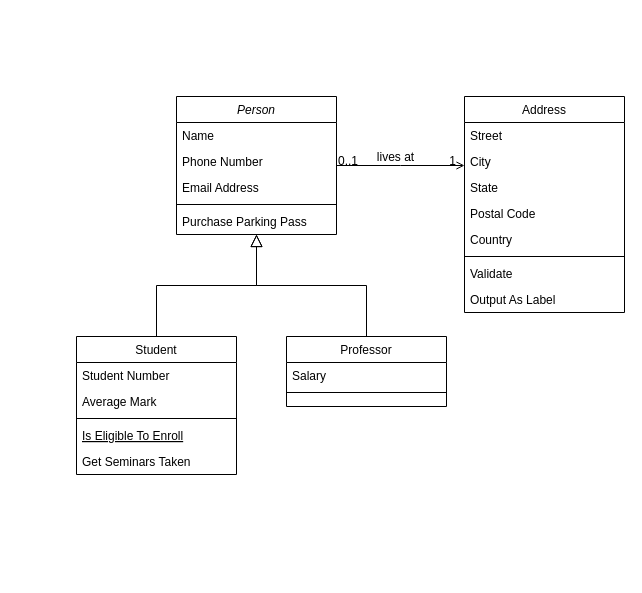
This is Untitled Diagram.drawio from yepseeke/karaoke, a draw.io file, before an edit. Source tidied: cells renumbered, new cells numbered last; positions are measured from the earlier drawing's top-left corner, leaving out a move shared by most shapes. Both pictures are drawn from the tidied source at 100%, with x=0, y=0 at pixel (76, 96).
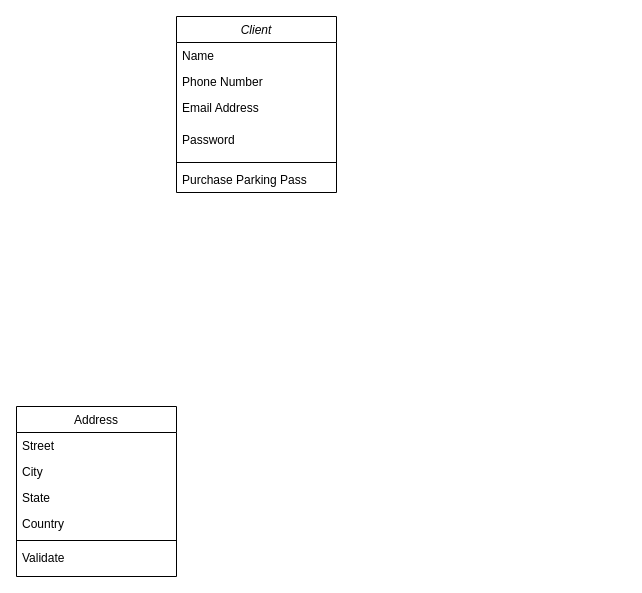
After the change.

The edit, as a diff of the source:
```diff
@@
-    <mxCell id="2" value="Person" style="swimlane;fontStyle=2;align=center;verticalAlign=top;horizontal=1;startSize=26;rounded=0;shadow=0;strokeWidth=1;" parent="1" vertex="1">
-      <mxGeometry x="100" width="160" height="138" as="geometry" />
+    <mxCell id="2" value="Client" style="swimlane;fontStyle=2;align=center;verticalAlign=top;horizontal=1;startSize=26;rounded=0;shadow=0;strokeWidth=1;" parent="1" vertex="1">
+      <mxGeometry x="100" y="-80" width="160" height="176" as="geometry" />
     </mxCell>
@@
     <mxCell id="5" value="Email Address" style="text;align=left;verticalAlign=top;spacingLeft=4;spacingRight=4;overflow=hidden;rounded=0;shadow=0;html=0;" parent="2" vertex="1">
-      <mxGeometry y="78" width="160" height="26" as="geometry" />
+      <mxGeometry y="78" width="160" height="32" as="geometry" />
     </mxCell>
+    <mxCell id="32" value="Password" style="text;align=left;verticalAlign=top;spacingLeft=4;spacingRight=4;overflow=hidden;rounded=0;shadow=0;html=0;" parent="2" vertex="1">
+      <mxGeometry y="110" width="160" height="32" as="geometry" />
+    </mxCell>
     <mxCell id="6" style="line;html=1;strokeWidth=1;align=left;verticalAlign=middle;spacingTop=-1;spacingLeft=3;spacingRight=3;labelPosition=right;" parent="2" vertex="1">
-      <mxGeometry y="104" width="160" height="8" as="geometry" />
+      <mxGeometry y="142" width="160" height="8" as="geometry" />
     </mxCell>
     <mxCell id="7" value="Purchase Parking Pass" style="text;align=left;verticalAlign=top;spacingLeft=4;spacingRight=4;overflow=hidden;" parent="2" vertex="1">
-      <mxGeometry y="112" width="160" height="26" as="geometry" />
+      <mxGeometry y="150" width="160" height="26" as="geometry" />
     </mxCell>
-    <mxCell id="8" value="Student" style="swimlane;fontStyle=0;align=center;verticalAlign=top;horizontal=1;startSize=26;rounded=0;shadow=0;strokeWidth=1;" parent="1" vertex="1">
-      <mxGeometry y="240" width="160" height="138" as="geometry" />
-    </mxCell>
-    <mxCell id="9" value="Student Number" style="text;align=left;verticalAlign=top;spacingLeft=4;spacingRight=4;overflow=hidden;" parent="8" vertex="1">
-      <mxGeometry y="26" width="160" height="26" as="geometry" />
-    </mxCell>
-    <mxCell id="10" value="Average Mark" style="text;align=left;verticalAlign=top;spacingLeft=4;spacingRight=4;overflow=hidden;rounded=0;shadow=0;html=0;" parent="8" vertex="1">
-      <mxGeometry y="52" width="160" height="26" as="geometry" />
-    </mxCell>
-    <mxCell id="11" style="line;html=1;strokeWidth=1;align=left;verticalAlign=middle;spacingTop=-1;spacingLeft=3;spacingRight=3;labelPosition=right;" parent="8" vertex="1">
-      <mxGeometry y="78" width="160" height="8" as="geometry" />
-    </mxCell>
-    <mxCell id="12" value="Is Eligible To Enroll" style="text;align=left;verticalAlign=top;spacingLeft=4;spacingRight=4;overflow=hidden;fontStyle=4;" parent="8" vertex="1">
-      <mxGeometry y="86" width="160" height="26" as="geometry" />
-    </mxCell>
-    <mxCell id="13" value="Get Seminars Taken" style="text;align=left;verticalAlign=top;spacingLeft=4;spacingRight=4;overflow=hidden;" parent="8" vertex="1">
-      <mxGeometry y="112" width="160" height="26" as="geometry" />
-    </mxCell>
-    <mxCell id="14" style="endArrow=block;endSize=10;endFill=0;shadow=0;strokeWidth=1;rounded=0;edgeStyle=elbowEdgeStyle;elbow=vertical;" parent="1" edge="1" source="8" target="2">
-      <mxGeometry relative="1" as="geometry" />
-    </mxCell>
-    <mxCell id="15" value="Professor" style="swimlane;fontStyle=0;align=center;verticalAlign=top;horizontal=1;startSize=26;rounded=0;shadow=0;strokeWidth=1;" parent="1" vertex="1">
-      <mxGeometry x="210" y="240" width="160" height="70" as="geometry" />
-    </mxCell>
-    <mxCell id="16" value="Salary" style="text;align=left;verticalAlign=top;spacingLeft=4;spacingRight=4;overflow=hidden;" parent="15" vertex="1">
-      <mxGeometry y="26" width="160" height="26" as="geometry" />
-    </mxCell>
-    <mxCell id="17" style="line;html=1;strokeWidth=1;align=left;verticalAlign=middle;spacingTop=-1;spacingLeft=3;spacingRight=3;labelPosition=right;" parent="15" vertex="1">
-      <mxGeometry y="52" width="160" height="8" as="geometry" />
-    </mxCell>
-    <mxCell id="18" style="endArrow=block;endSize=10;endFill=0;shadow=0;strokeWidth=1;rounded=0;edgeStyle=elbowEdgeStyle;elbow=vertical;" parent="1" edge="1" source="15" target="2">
-      <mxGeometry relative="1" as="geometry" />
-    </mxCell>
     <mxCell id="19" value="Address" style="swimlane;fontStyle=0;align=center;verticalAlign=top;horizontal=1;startSize=26;rounded=0;shadow=0;strokeWidth=1;" parent="1" vertex="1">
-      <mxGeometry x="388" width="160" height="216" as="geometry" />
+      <mxGeometry x="-60" y="310" width="160" height="170" as="geometry" />
     </mxCell>
@@
-    <mxCell id="23" value="Postal Code" style="text;align=left;verticalAlign=top;spacingLeft=4;spacingRight=4;overflow=hidden;rounded=0;shadow=0;html=0;" parent="19" vertex="1">
-      <mxGeometry y="104" width="160" height="26" as="geometry" />
-    </mxCell>
     <mxCell id="24" value="Country" style="text;align=left;verticalAlign=top;spacingLeft=4;spacingRight=4;overflow=hidden;rounded=0;shadow=0;html=0;" parent="19" vertex="1">
-      <mxGeometry y="130" width="160" height="26" as="geometry" />
+      <mxGeometry y="104" width="160" height="26" as="geometry" />
     </mxCell>
     <mxCell id="25" style="line;html=1;strokeWidth=1;align=left;verticalAlign=middle;spacingTop=-1;spacingLeft=3;spacingRight=3;labelPosition=right;" parent="19" vertex="1">
-      <mxGeometry y="156" width="160" height="8" as="geometry" />
+      <mxGeometry y="130" width="160" height="8" as="geometry" />
     </mxCell>
     <mxCell id="26" value="Validate" style="text;align=left;verticalAlign=top;spacingLeft=4;spacingRight=4;overflow=hidden;" parent="19" vertex="1">
-      <mxGeometry y="164" width="160" height="26" as="geometry" />
+      <mxGeometry y="138" width="160" height="26" as="geometry" />
     </mxCell>
-    <mxCell id="27" value="Output As Label" style="text;align=left;verticalAlign=top;spacingLeft=4;spacingRight=4;overflow=hidden;" parent="19" vertex="1">
-      <mxGeometry y="190" width="160" height="26" as="geometry" />
-    </mxCell>
-    <mxCell id="28" style="endArrow=open;shadow=0;strokeWidth=1;rounded=0;endFill=1;edgeStyle=elbowEdgeStyle;elbow=vertical;" parent="1" edge="1" source="2" target="19">
-      <mxGeometry x="0.5" y="41" relative="1" as="geometry">
-        <mxPoint x="-40" y="32" as="offset" />
-      </mxGeometry>
-    </mxCell>
-    <mxCell id="29" value="0..1" style="align=left;verticalAlign=bottom;labelBackgroundColor=none;fontSize=12;" parent="28" vertex="1">
-      <mxGeometry x="-1" relative="1" as="geometry">
-        <mxPoint y="4" as="offset" />
-      </mxGeometry>
-    </mxCell>
-    <mxCell id="30" value="1" style="align=right;verticalAlign=bottom;labelBackgroundColor=none;fontSize=12;" parent="28" vertex="1">
-      <mxGeometry x="1" relative="1" as="geometry">
-        <mxPoint x="-7" y="4" as="offset" />
-      </mxGeometry>
-    </mxCell>
-    <mxCell id="31" value="lives at" style="text;html=1;align=center;verticalAlign=middle;labelBackgroundColor=none;rounded=0;shadow=0;strokeWidth=1;fontSize=12;" parent="28" vertex="1">
-      <mxGeometry x="0.5" y="49" relative="1" as="geometry">
-        <mxPoint x="-38" y="40" as="offset" />
-      </mxGeometry>
-    </mxCell>
```
